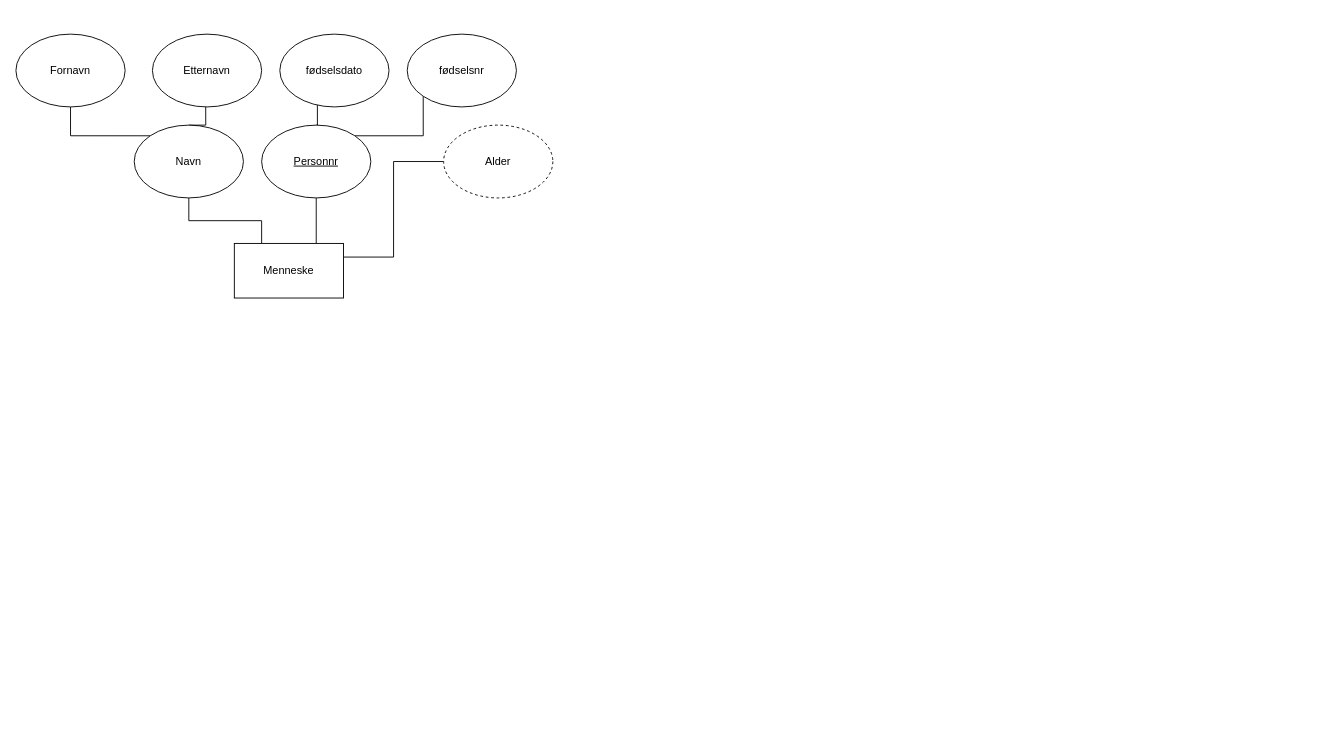
This is Untitled Diagram.drawio from Hakonovrebo/Trix, a draw.io file, before an edit. Source tidied: cells renumbered, new cells numbered last; positions are measured from the earlier drawing's top-left corner, leaving out a move shared by most shapes. Both pictures are drawn from the tidied source at 91%, with x=0, y=0 at pixel (15, 34).
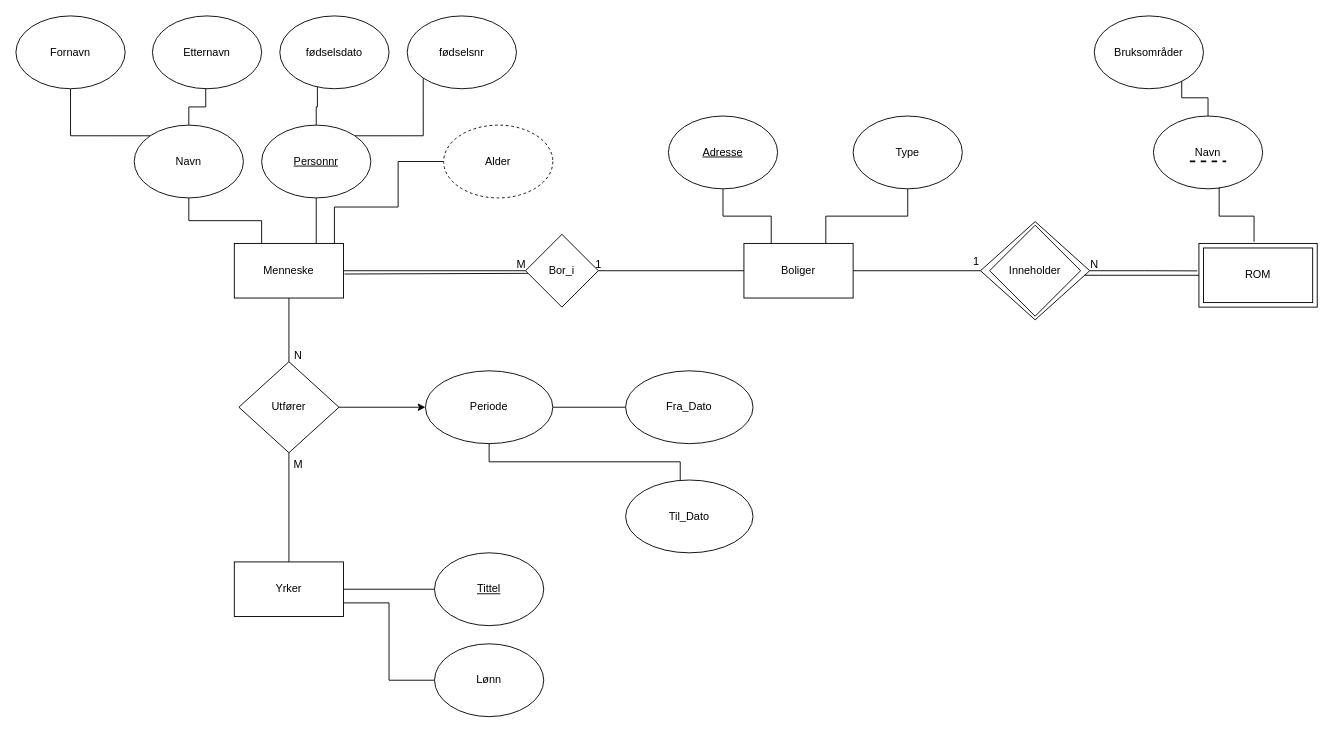
The same page after the edit.

Unchanged cells that the change refers to:
```xml
<mxCell id="5" value="Menneske" style="rounded=0;whiteSpace=wrap;html=1;" parent="1" vertex="1">
  <mxGeometry x="240" y="230" width="120" height="60" as="geometry" />
</mxCell>
<mxCell id="16" value="Alder" style="ellipse;whiteSpace=wrap;html=1;dashed=1;" parent="1" vertex="1">
  <mxGeometry x="470" y="100" width="120" height="80" as="geometry" />
</mxCell>
```

Diff of the diagram source:
```diff
@@
-    <mxCell id="4" style="edgeStyle=orthogonalEdgeStyle;rounded=0;jettySize=auto;html=1;exitX=1;exitY=0.25;exitDx=0;exitDy=0;entryX=0;entryY=0.5;entryDx=0;entryDy=0;endArrow=none;endFill=0;" parent="1" edge="1" source="5" target="16">
-      <mxGeometry relative="1" as="geometry" />
+    <mxCell id="4" style="edgeStyle=orthogonalEdgeStyle;rounded=0;jettySize=auto;html=1;exitX=0.877;exitY=0.008;exitDx=0;exitDy=0;entryX=0;entryY=0.5;entryDx=0;entryDy=0;endArrow=none;endFill=0;exitPerimeter=0;" parent="1" edge="1" source="5" target="16">
+      <mxGeometry relative="1" as="geometry">
+        <Array as="points">
+          <mxPoint x="350" y="231" />
+          <mxPoint x="350" y="190" />
+          <mxPoint x="420" y="190" />
+          <mxPoint x="420" y="140" />
+        </Array>
+      </mxGeometry>
     </mxCell>
+    <mxCell id="17" style="edgeStyle=orthogonalEdgeStyle;rounded=0;jettySize=auto;html=1;exitX=1;exitY=0.5;exitDx=0;exitDy=0;entryX=0;entryY=0.5;entryDx=0;entryDy=0;endArrow=none;endFill=0;" parent="1" edge="1" source="5" target="24">
+      <mxGeometry relative="1" as="geometry" />
+    </mxCell>
+    <mxCell id="18" style="edgeStyle=orthogonalEdgeStyle;rounded=0;jettySize=auto;html=1;endArrow=none;endFill=0;" parent="1" edge="1" source="5" target="44">
+      <mxGeometry relative="1" as="geometry" />
+    </mxCell>
@@
     <mxCell id="9" value="Fornavn" style="ellipse;whiteSpace=wrap;html=1;" parent="1" vertex="1">
-      <mxGeometry width="120" height="80" as="geometry" />
+      <mxGeometry y="-20" width="120" height="80" as="geometry" />
     </mxCell>
     <mxCell id="10" value="Etternavn" style="ellipse;whiteSpace=wrap;html=1;" parent="1" vertex="1">
-      <mxGeometry x="150" width="120" height="80" as="geometry" />
+      <mxGeometry x="150" y="-20" width="120" height="80" as="geometry" />
     </mxCell>
@@
     <mxCell id="14" value="fødselsdato" style="ellipse;whiteSpace=wrap;html=1;" parent="1" vertex="1">
-      <mxGeometry x="290" width="120" height="80" as="geometry" />
+      <mxGeometry x="290" y="-20" width="120" height="80" as="geometry" />
     </mxCell>
     <mxCell id="15" value="fødselsnr" style="ellipse;whiteSpace=wrap;html=1;" parent="1" vertex="1">
-      <mxGeometry x="430" width="120" height="80" as="geometry" />
+      <mxGeometry x="430" y="-20" width="120" height="80" as="geometry" />
     </mxCell>
@@
+    <mxCell id="19" style="edgeStyle=orthogonalEdgeStyle;rounded=0;jettySize=auto;html=1;exitX=0.25;exitY=0;exitDx=0;exitDy=0;endArrow=none;endFill=0;" parent="1" edge="1" source="22" target="27">
+      <mxGeometry relative="1" as="geometry" />
+    </mxCell>
+    <mxCell id="20" style="edgeStyle=orthogonalEdgeStyle;rounded=0;jettySize=auto;html=1;exitX=0.75;exitY=0;exitDx=0;exitDy=0;endArrow=none;endFill=0;" parent="1" edge="1" source="22" target="28">
+      <mxGeometry relative="1" as="geometry" />
+    </mxCell>
+    <mxCell id="21" style="edgeStyle=orthogonalEdgeStyle;rounded=0;jettySize=auto;html=1;exitX=1;exitY=0.5;exitDx=0;exitDy=0;entryX=0;entryY=0.5;entryDx=0;entryDy=0;endArrow=none;endFill=0;" parent="1" edge="1" source="22" target="30">
+      <mxGeometry relative="1" as="geometry" />
+    </mxCell>
+    <mxCell id="22" value="Boliger" style="rounded=0;whiteSpace=wrap;html=1;" parent="1" vertex="1">
+      <mxGeometry x="800" y="230" width="120" height="60" as="geometry" />
+    </mxCell>
+    <mxCell id="23" style="edgeStyle=orthogonalEdgeStyle;rounded=0;jettySize=auto;html=1;exitX=1;exitY=0.5;exitDx=0;exitDy=0;entryX=0;entryY=0.5;entryDx=0;entryDy=0;endArrow=none;endFill=0;" parent="1" edge="1" source="24" target="22">
+      <mxGeometry relative="1" as="geometry" />
+    </mxCell>
+    <mxCell id="24" value="Bor_i" style="rhombus;whiteSpace=wrap;html=1;" parent="1" vertex="1">
+      <mxGeometry x="560" y="220" width="80" height="80" as="geometry" />
+    </mxCell>
+    <mxCell id="25" value="1" style="text;html=1;align=center;verticalAlign=middle;strokeColor=none;fillColor=none;" parent="1" vertex="1">
+      <mxGeometry x="625" y="238" width="30" height="30" as="geometry" />
+    </mxCell>
+    <mxCell id="26" value="M" style="text;html=1;align=center;verticalAlign=middle;strokeColor=none;fillColor=none;" parent="1" vertex="1">
+      <mxGeometry x="540" y="238" width="30" height="30" as="geometry" />
+    </mxCell>
+    <mxCell id="27" value="&lt;u&gt;Adresse&lt;/u&gt;" style="ellipse;whiteSpace=wrap;html=1;" parent="1" vertex="1">
+      <mxGeometry x="717" y="90" width="120" height="80" as="geometry" />
+    </mxCell>
+    <mxCell id="28" value="&lt;div&gt;Type&lt;/div&gt;" style="ellipse;whiteSpace=wrap;html=1;" parent="1" vertex="1">
+      <mxGeometry x="920" y="90" width="120" height="80" as="geometry" />
+    </mxCell>
+    <mxCell id="29" style="edgeStyle=orthogonalEdgeStyle;rounded=0;jettySize=auto;html=1;exitX=1;exitY=0.5;exitDx=0;exitDy=0;endArrow=none;endFill=0;entryX=-0.014;entryY=0.431;entryDx=0;entryDy=0;entryPerimeter=0;" parent="1" edge="1" source="30" target="38">
+      <mxGeometry relative="1" as="geometry" />
+    </mxCell>
+    <mxCell id="30" value="Inneholder" style="rhombus;whiteSpace=wrap;html=1;" parent="1" vertex="1">
+      <mxGeometry x="1060" y="206" width="120" height="108" as="geometry" />
+    </mxCell>
+    <mxCell id="31" value="1" style="text;html=1;align=center;verticalAlign=middle;strokeColor=none;fillColor=none;" parent="1" vertex="1">
+      <mxGeometry x="1040" y="235" width="30" height="30" as="geometry" />
+    </mxCell>
+    <mxCell id="32" style="edgeStyle=orthogonalEdgeStyle;rounded=0;jettySize=auto;html=1;exitX=0.5;exitY=0;exitDx=0;exitDy=0;entryX=0.801;entryY=0.877;entryDx=0;entryDy=0;entryPerimeter=0;endArrow=none;endFill=0;" parent="1" edge="1" source="33" target="41">
+      <mxGeometry relative="1" as="geometry" />
+    </mxCell>
+    <mxCell id="33" value="Navn" style="ellipse;whiteSpace=wrap;html=1;perimeterSpacing=0;strokeColor=default;gradientColor=none;fillColor=default;" parent="1" vertex="1">
+      <mxGeometry x="1250" y="90" width="120" height="80" as="geometry" />
+    </mxCell>
+    <mxCell id="34" style="edgeStyle=orthogonalEdgeStyle;rounded=0;jettySize=auto;html=1;exitX=0.466;exitY=-0.026;exitDx=0;exitDy=0;exitPerimeter=0;entryX=0.602;entryY=0.978;entryDx=0;entryDy=0;entryPerimeter=0;endArrow=none;endFill=0;" parent="1" edge="1" source="38" target="33">
+      <mxGeometry relative="1" as="geometry" />
+    </mxCell>
+    <mxCell id="35" style="endArrow=none;dashed=1;html=1;strokeWidth=2;rounded=0;" parent="1" edge="1">
+      <mxGeometry relative="1" as="geometry">
+        <mxPoint x="1290" y="139.8" as="sourcePoint" />
+        <mxPoint x="1330" y="139.8" as="targetPoint" />
+      </mxGeometry>
+    </mxCell>
+    <mxCell id="36" style="rounded=0;whiteSpace=wrap;html=1;" parent="1" vertex="1">
+      <mxGeometry x="1305" y="235" width="120" height="60" as="geometry" />
+    </mxCell>
+    <mxCell id="37" style="edgeStyle=orthogonalEdgeStyle;rounded=0;jettySize=auto;html=1;exitX=0;exitY=0.5;exitDx=0;exitDy=0;endArrow=none;endFill=0;" parent="1" edge="1" source="38" target="30">
+      <mxGeometry relative="1" as="geometry">
+        <Array as="points">
+          <mxPoint x="1190" y="265" />
+          <mxPoint x="1190" y="265" />
+        </Array>
+      </mxGeometry>
+    </mxCell>
+    <mxCell id="38" value="ROM" style="rounded=0;whiteSpace=wrap;html=1;fillColor=none;" parent="1" vertex="1">
+      <mxGeometry x="1300" y="230" width="130" height="70" as="geometry" />
+    </mxCell>
+    <mxCell id="39" value="N" style="text;html=1;align=center;verticalAlign=middle;strokeColor=none;fillColor=none;" parent="1" vertex="1">
+      <mxGeometry x="1170" y="238" width="30" height="30" as="geometry" />
+    </mxCell>
+    <mxCell id="40" style="rhombus;whiteSpace=wrap;html=1;fillColor=none;" parent="1" vertex="1">
+      <mxGeometry x="1070" y="210" width="100" height="100" as="geometry" />
+    </mxCell>
+    <mxCell id="41" value="Bruksområder" style="ellipse;whiteSpace=wrap;html=1;" parent="1" vertex="1">
+      <mxGeometry x="1185" y="-20" width="120" height="80" as="geometry" />
+    </mxCell>
+    <mxCell id="42" style="edgeStyle=orthogonalEdgeStyle;rounded=0;jettySize=auto;html=1;exitX=0.5;exitY=1;exitDx=0;exitDy=0;entryX=0.5;entryY=0;entryDx=0;entryDy=0;endArrow=none;endFill=0;" parent="1" edge="1" source="44" target="48">
+      <mxGeometry relative="1" as="geometry" />
+    </mxCell>
+    <mxCell id="43" style="edgeStyle=orthogonalEdgeStyle;rounded=0;jettySize=auto;html=1;" parent="1" edge="1" source="44" target="51">
+      <mxGeometry relative="1" as="geometry" />
+    </mxCell>
+    <mxCell id="44" value="Utfører" style="rhombus;whiteSpace=wrap;html=1;rounded=0;" parent="1" vertex="1">
+      <mxGeometry x="245" y="360" width="110" height="100" as="geometry" />
+    </mxCell>
+    <mxCell id="45" style="endArrow=none;html=1;rounded=0;exitX=1.009;exitY=0.56;exitDx=0;exitDy=0;exitPerimeter=0;entryX=0.033;entryY=0.536;entryDx=0;entryDy=0;entryPerimeter=0;" parent="1" edge="1" source="5" target="24">
+      <mxGeometry relative="1" as="geometry" />
+    </mxCell>
+    <mxCell id="46" style="edgeStyle=orthogonalEdgeStyle;rounded=0;jettySize=auto;html=1;exitX=1;exitY=0.5;exitDx=0;exitDy=0;entryX=0;entryY=0.5;entryDx=0;entryDy=0;endArrow=none;endFill=0;" parent="1" edge="1" source="48" target="54">
+      <mxGeometry relative="1" as="geometry" />
+    </mxCell>
+    <mxCell id="47" style="edgeStyle=orthogonalEdgeStyle;rounded=0;jettySize=auto;html=1;exitX=1;exitY=0.75;exitDx=0;exitDy=0;entryX=0;entryY=0.5;entryDx=0;entryDy=0;endArrow=none;endFill=0;" parent="1" edge="1" source="48" target="55">
+      <mxGeometry relative="1" as="geometry" />
+    </mxCell>
+    <mxCell id="48" value="Yrker" style="rounded=0;whiteSpace=wrap;html=1;" parent="1" vertex="1">
+      <mxGeometry x="240" y="580" width="120" height="60" as="geometry" />
+    </mxCell>
+    <mxCell id="49" style="edgeStyle=orthogonalEdgeStyle;rounded=0;jettySize=auto;html=1;endArrow=none;endFill=0;" parent="1" edge="1" source="51" target="52">
+      <mxGeometry relative="1" as="geometry" />
+    </mxCell>
+    <mxCell id="50" style="edgeStyle=orthogonalEdgeStyle;rounded=0;jettySize=auto;html=1;endArrow=none;endFill=0;" parent="1" edge="1" source="51" target="53">
+      <mxGeometry relative="1" as="geometry">
+        <Array as="points">
+          <mxPoint x="520" y="470" />
+          <mxPoint x="730" y="470" />
+        </Array>
+      </mxGeometry>
+    </mxCell>
+    <mxCell id="51" value="Periode" style="ellipse;whiteSpace=wrap;html=1;rounded=0;" parent="1" vertex="1">
+      <mxGeometry x="450" y="370" width="140" height="80" as="geometry" />
+    </mxCell>
+    <mxCell id="52" value="Fra_Dato" style="ellipse;whiteSpace=wrap;html=1;rounded=0;" parent="1" vertex="1">
+      <mxGeometry x="670" y="370" width="140" height="80" as="geometry" />
+    </mxCell>
+    <mxCell id="53" value="Til_Dato" style="ellipse;whiteSpace=wrap;html=1;rounded=0;" parent="1" vertex="1">
+      <mxGeometry x="670" y="490" width="140" height="80" as="geometry" />
+    </mxCell>
+    <mxCell id="54" value="&lt;u&gt;Tittel&lt;/u&gt;" style="ellipse;whiteSpace=wrap;html=1;" parent="1" vertex="1">
+      <mxGeometry x="460" y="570" width="120" height="80" as="geometry" />
+    </mxCell>
+    <mxCell id="55" value="Lønn" style="ellipse;whiteSpace=wrap;html=1;" parent="1" vertex="1">
+      <mxGeometry x="460" y="670" width="120" height="80" as="geometry" />
+    </mxCell>
+    <mxCell id="56" value="N" style="text;html=1;align=center;verticalAlign=middle;strokeColor=none;fillColor=none;" parent="1" vertex="1">
+      <mxGeometry x="295" y="338" width="30" height="30" as="geometry" />
+    </mxCell>
+    <mxCell id="57" value="M" style="text;html=1;align=center;verticalAlign=middle;strokeColor=none;fillColor=none;" parent="1" vertex="1">
+      <mxGeometry x="295" y="458" width="30" height="30" as="geometry" />
+    </mxCell>
```
